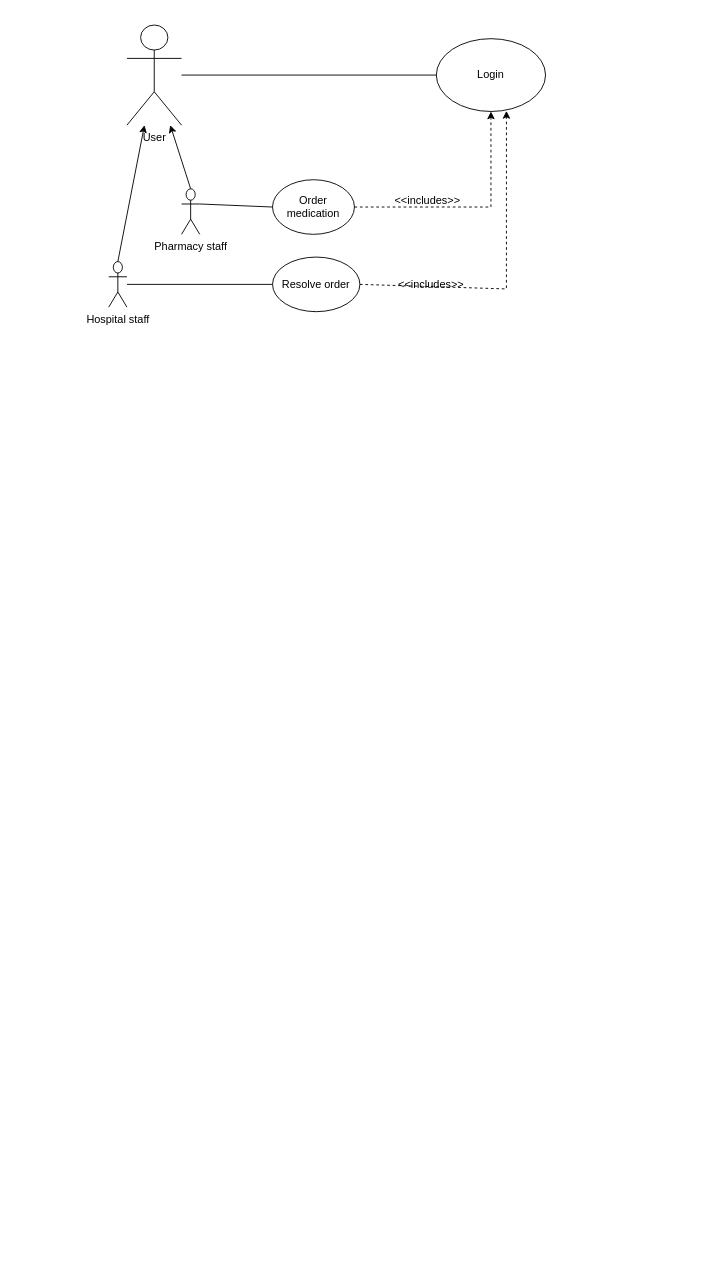
zdrobix/iss keeps this draw.io diagram as page "usecase_diagram" (1 of 2) of usecase_diagram.drawio. Above is the earlier version. Source tidied: cells renumbered, new cells numbered last; positions are measured from the earlier drawing's top-left corner, leaving out a move shared by most shapes. Both pictures are drawn from the tidied source at 91%, with x=0, y=0 at pixel (108, 25).
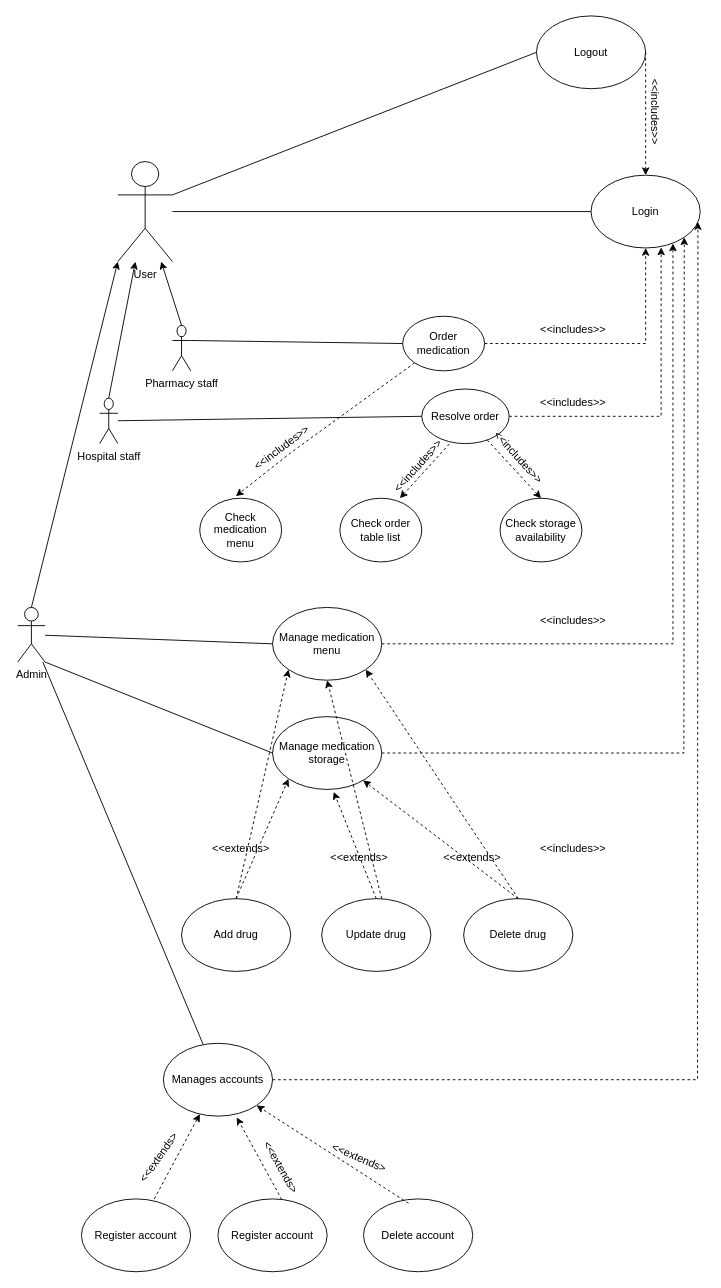
The same page after the edit.

The edit, as a diff of the source:
```diff
@@
     <mxCell id="2" value="User" style="shape=umlActor;verticalLabelPosition=bottom;verticalAlign=top;html=1;outlineConnect=0;" parent="1" vertex="1">
-      <mxGeometry x="20" width="60" height="110" as="geometry" />
+      <mxGeometry x="10" y="150" width="60" height="110" as="geometry" />
     </mxCell>
     <mxCell id="3" value="Pharmacy staff&lt;div&gt;&lt;br&gt;&lt;/div&gt;" style="shape=umlActor;verticalLabelPosition=bottom;verticalAlign=top;html=1;outlineConnect=0;" parent="1" vertex="1">
-      <mxGeometry x="80" y="180" width="20" height="50" as="geometry" />
+      <mxGeometry x="70" y="330" width="20" height="50" as="geometry" />
     </mxCell>
     <mxCell id="4" value="Hospital staff" style="shape=umlActor;verticalLabelPosition=bottom;verticalAlign=top;html=1;outlineConnect=0;" parent="1" vertex="1">
-      <mxGeometry y="260" width="20" height="50" as="geometry" />
+      <mxGeometry x="-10" y="410" width="20" height="50" as="geometry" />
     </mxCell>
@@
     <mxCell id="7" value="Login" style="ellipse;whiteSpace=wrap;html=1;" parent="1" vertex="1">
-      <mxGeometry x="360" y="15" width="120" height="80" as="geometry" />
+      <mxGeometry x="530" y="165" width="120" height="80" as="geometry" />
     </mxCell>
@@
     <mxCell id="9" value="Order medication" style="ellipse;whiteSpace=wrap;html=1;" parent="1" vertex="1">
-      <mxGeometry x="180" y="170" width="90" height="60" as="geometry" />
+      <mxGeometry x="323" y="320" width="90" height="60" as="geometry" />
     </mxCell>
     <mxCell id="10" value="Resolve order" style="ellipse;whiteSpace=wrap;html=1;" parent="1" vertex="1">
-      <mxGeometry x="180" y="255" width="96" height="60" as="geometry" />
+      <mxGeometry x="344" y="400" width="96" height="60" as="geometry" />
     </mxCell>
@@
     <mxCell id="13" style="html=1;labelBackgroundColor=#ffffff;startArrow=none;startFill=0;startSize=6;endArrow=classic;endFill=1;endSize=6;jettySize=auto;strokeWidth=1;dashed=1;fontSize=14;rounded=0;exitX=1;exitY=0.5;exitDx=0;exitDy=0;entryX=0.5;entryY=1;entryDx=0;entryDy=0;" parent="1" edge="1" source="9" target="7">
       <mxGeometry relative="1" as="geometry">
         <Array as="points">
-          <mxPoint x="420" y="200" />
+          <mxPoint x="590" y="350" />
         </Array>
       </mxGeometry>
     </mxCell>
     <mxCell id="14" style="html=1;labelBackgroundColor=#ffffff;startArrow=none;startFill=0;startSize=6;endArrow=classic;endFill=1;endSize=6;jettySize=auto;strokeWidth=1;dashed=1;fontSize=14;rounded=0;exitX=1;exitY=0.5;exitDx=0;exitDy=0;entryX=0.642;entryY=0.992;entryDx=0;entryDy=0;entryPerimeter=0;" parent="1" edge="1" source="10" target="7">
       <mxGeometry relative="1" as="geometry">
         <Array as="points">
-          <mxPoint x="437" y="290" />
+          <mxPoint x="607" y="430" />
         </Array>
       </mxGeometry>
     </mxCell>
     <mxCell id="15" value="&amp;lt;&amp;lt;includes&amp;gt;&amp;gt;" style="text;html=1;align=center;verticalAlign=middle;strokeColor=none;fillColor=none;" parent="1" vertex="1">
-      <mxGeometry x="300" y="178" width="100" height="30" as="geometry" />
+      <mxGeometry x="460" y="320" width="100" height="30" as="geometry" />
     </mxCell>
     <mxCell id="16" value="&amp;lt;&amp;lt;includes&amp;gt;&amp;gt;" style="text;html=1;align=center;verticalAlign=middle;strokeColor=none;fillColor=none;" parent="1" vertex="1">
-      <mxGeometry x="304" y="270" width="100" height="30" as="geometry" />
+      <mxGeometry x="460" y="400" width="100" height="30" as="geometry" />
     </mxCell>
+    <mxCell id="17" value="Check storage&lt;div&gt;availability&lt;/div&gt;" style="ellipse;whiteSpace=wrap;html=1;" parent="1" vertex="1">
+      <mxGeometry x="430" y="520" width="90" height="70" as="geometry" />
+    </mxCell>
+    <mxCell id="18" value="Check order table list" style="ellipse;whiteSpace=wrap;html=1;" parent="1" vertex="1">
+      <mxGeometry x="254" y="520" width="90" height="70" as="geometry" />
+    </mxCell>
+    <mxCell id="19" style="html=1;labelBackgroundColor=#ffffff;startArrow=none;startFill=0;startSize=6;endArrow=classic;endFill=1;endSize=6;jettySize=auto;strokeWidth=1;dashed=1;fontSize=14;rounded=0;exitX=0.316;exitY=1.006;exitDx=0;exitDy=0;entryX=0.733;entryY=0;entryDx=0;entryDy=0;entryPerimeter=0;exitPerimeter=0;" parent="1" edge="1" source="10" target="18">
+      <mxGeometry relative="1" as="geometry" />
+    </mxCell>
+    <mxCell id="20" style="html=1;labelBackgroundColor=#ffffff;startArrow=none;startFill=0;startSize=6;endArrow=classic;endFill=1;endSize=6;jettySize=auto;strokeWidth=1;dashed=1;fontSize=14;rounded=0;entryX=0.5;entryY=0;entryDx=0;entryDy=0;" parent="1" edge="1" source="10" target="17">
+      <mxGeometry relative="1" as="geometry" />
+    </mxCell>
+    <mxCell id="21" value="Check medication menu" style="ellipse;whiteSpace=wrap;html=1;" parent="1" vertex="1">
+      <mxGeometry x="100" y="520" width="90" height="70" as="geometry" />
+    </mxCell>
+    <mxCell id="22" style="html=1;labelBackgroundColor=#ffffff;startArrow=none;startFill=0;startSize=6;endArrow=classic;endFill=1;endSize=6;jettySize=auto;strokeWidth=1;dashed=1;fontSize=14;rounded=0;exitX=0;exitY=1;exitDx=0;exitDy=0;entryX=0.441;entryY=-0.033;entryDx=0;entryDy=0;entryPerimeter=0;" parent="1" edge="1" source="9" target="21">
+      <mxGeometry relative="1" as="geometry">
+        <Array as="points">
+          <mxPoint x="200" y="470" />
+        </Array>
+      </mxGeometry>
+    </mxCell>
+    <mxCell id="23" value="Logout" style="ellipse;whiteSpace=wrap;html=1;" parent="1" vertex="1">
+      <mxGeometry x="470" y="-10" width="120" height="80" as="geometry" />
+    </mxCell>
+    <mxCell id="24" style="endArrow=none;html=1;rounded=0;exitX=1;exitY=0.3333333333333333;exitDx=0;exitDy=0;exitPerimeter=0;entryX=0;entryY=0.5;entryDx=0;entryDy=0;" parent="1" edge="1" source="2" target="23">
+      <mxGeometry relative="1" as="geometry" />
+    </mxCell>
+    <mxCell id="25" style="html=1;labelBackgroundColor=#ffffff;startArrow=none;startFill=0;startSize=6;endArrow=classic;endFill=1;endSize=6;jettySize=auto;strokeWidth=1;dashed=1;fontSize=14;rounded=0;exitX=1;exitY=0.5;exitDx=0;exitDy=0;entryX=0.5;entryY=0;entryDx=0;entryDy=0;" parent="1" edge="1" source="23" target="7">
+      <mxGeometry relative="1" as="geometry" />
+    </mxCell>
+    <mxCell id="26" value="&amp;lt;&amp;lt;includes&amp;gt;&amp;gt;" style="text;html=1;align=center;verticalAlign=middle;strokeColor=none;fillColor=none;rotation=90;" parent="1" vertex="1">
+      <mxGeometry x="550" y="80" width="100" height="30" as="geometry" />
+    </mxCell>
+    <mxCell id="27" value="&amp;lt;&amp;lt;includes&amp;gt;&amp;gt;" style="text;html=1;align=center;verticalAlign=middle;strokeColor=none;fillColor=none;rotation=47.8;" parent="1" vertex="1">
+      <mxGeometry x="400" y="460" width="100" height="30" as="geometry" />
+    </mxCell>
+    <mxCell id="28" value="&amp;lt;&amp;lt;includes&amp;gt;&amp;gt;" style="text;html=1;align=center;verticalAlign=middle;strokeColor=none;fillColor=none;rotation=-48.2;" parent="1" vertex="1">
+      <mxGeometry x="290" y="470" width="100" height="30" as="geometry" />
+    </mxCell>
+    <mxCell id="29" value="&amp;lt;&amp;lt;includes&amp;gt;&amp;gt;" style="text;html=1;align=center;verticalAlign=middle;strokeColor=none;fillColor=none;rotation=-36.9;" parent="1" vertex="1">
+      <mxGeometry x="140" y="450" width="100" height="30" as="geometry" />
+    </mxCell>
+    <mxCell id="30" value="Admin" style="shape=umlActor;verticalLabelPosition=bottom;verticalAlign=top;html=1;outlineConnect=0;" parent="1" vertex="1">
+      <mxGeometry x="-100" y="640" width="30" height="60" as="geometry" />
+    </mxCell>
+    <mxCell id="31" style="endArrow=classic;html=1;rounded=0;exitX=0.5;exitY=0;exitDx=0;exitDy=0;exitPerimeter=0;entryX=0;entryY=1;entryDx=0;entryDy=0;entryPerimeter=0;" parent="1" edge="1" source="30" target="2">
+      <mxGeometry relative="1" as="geometry" />
+    </mxCell>
+    <mxCell id="32" value="Manage medication menu" style="ellipse;whiteSpace=wrap;html=1;" parent="1" vertex="1">
+      <mxGeometry x="180" y="640" width="120" height="80" as="geometry" />
+    </mxCell>
+    <mxCell id="33" value="Manage medication storage" style="ellipse;whiteSpace=wrap;html=1;" parent="1" vertex="1">
+      <mxGeometry x="180" y="760" width="120" height="80" as="geometry" />
+    </mxCell>
+    <mxCell id="34" style="html=1;labelBackgroundColor=#ffffff;startArrow=none;startFill=0;startSize=6;endArrow=classic;endFill=1;endSize=6;jettySize=auto;strokeWidth=1;dashed=1;fontSize=14;rounded=0;exitX=1;exitY=0.5;exitDx=0;exitDy=0;entryX=0.75;entryY=0.938;entryDx=0;entryDy=0;entryPerimeter=0;" parent="1" edge="1" source="32" target="7">
+      <mxGeometry relative="1" as="geometry">
+        <Array as="points">
+          <mxPoint x="620" y="680" />
+        </Array>
+      </mxGeometry>
+    </mxCell>
+    <mxCell id="35" style="html=1;labelBackgroundColor=#ffffff;startArrow=none;startFill=0;startSize=6;endArrow=classic;endFill=1;endSize=6;jettySize=auto;strokeWidth=1;dashed=1;fontSize=14;rounded=0;exitX=1;exitY=0.5;exitDx=0;exitDy=0;entryX=1;entryY=1;entryDx=0;entryDy=0;" parent="1" edge="1" source="33" target="7">
+      <mxGeometry relative="1" as="geometry">
+        <Array as="points">
+          <mxPoint x="632" y="800" />
+        </Array>
+      </mxGeometry>
+    </mxCell>
+    <mxCell id="36" style="endArrow=none;html=1;rounded=0;entryX=0;entryY=0.5;entryDx=0;entryDy=0;" parent="1" edge="1" source="30" target="32">
+      <mxGeometry relative="1" as="geometry" />
+    </mxCell>
+    <mxCell id="37" style="endArrow=none;html=1;rounded=0;exitX=1;exitY=1;exitDx=0;exitDy=0;exitPerimeter=0;entryX=0;entryY=0.5;entryDx=0;entryDy=0;" parent="1" edge="1" source="30" target="33">
+      <mxGeometry relative="1" as="geometry" />
+    </mxCell>
+    <mxCell id="38" value="Add drug" style="ellipse;whiteSpace=wrap;html=1;" parent="1" vertex="1">
+      <mxGeometry x="80" y="960" width="120" height="80" as="geometry" />
+    </mxCell>
+    <mxCell id="39" value="Update drug" style="ellipse;whiteSpace=wrap;html=1;" parent="1" vertex="1">
+      <mxGeometry x="234" y="960" width="120" height="80" as="geometry" />
+    </mxCell>
+    <mxCell id="40" value="Delete drug" style="ellipse;whiteSpace=wrap;html=1;" parent="1" vertex="1">
+      <mxGeometry x="390" y="960" width="120" height="80" as="geometry" />
+    </mxCell>
+    <mxCell id="41" style="html=1;labelBackgroundColor=#ffffff;startArrow=none;startFill=0;startSize=6;endArrow=classic;endFill=1;endSize=6;jettySize=auto;strokeWidth=1;dashed=1;fontSize=14;rounded=0;exitX=0.5;exitY=0;exitDx=0;exitDy=0;entryX=0;entryY=1;entryDx=0;entryDy=0;" parent="1" edge="1" source="38" target="33">
+      <mxGeometry relative="1" as="geometry" />
+    </mxCell>
+    <mxCell id="42" style="html=1;labelBackgroundColor=#ffffff;startArrow=none;startFill=0;startSize=6;endArrow=classic;endFill=1;endSize=6;jettySize=auto;strokeWidth=1;dashed=1;fontSize=14;rounded=0;exitX=0.5;exitY=0;exitDx=0;exitDy=0;entryX=0.56;entryY=1.034;entryDx=0;entryDy=0;entryPerimeter=0;" parent="1" edge="1" source="39" target="33">
+      <mxGeometry relative="1" as="geometry" />
+    </mxCell>
+    <mxCell id="43" style="html=1;labelBackgroundColor=#ffffff;startArrow=none;startFill=0;startSize=6;endArrow=classic;endFill=1;endSize=6;jettySize=auto;strokeWidth=1;dashed=1;fontSize=14;rounded=0;exitX=0.5;exitY=0;exitDx=0;exitDy=0;" parent="1" edge="1" source="40" target="33">
+      <mxGeometry relative="1" as="geometry" />
+    </mxCell>
+    <mxCell id="44" style="html=1;labelBackgroundColor=#ffffff;startArrow=none;startFill=0;startSize=6;endArrow=classic;endFill=1;endSize=6;jettySize=auto;strokeWidth=1;dashed=1;fontSize=14;rounded=0;exitX=0.5;exitY=0;exitDx=0;exitDy=0;entryX=0;entryY=1;entryDx=0;entryDy=0;" parent="1" edge="1" source="38" target="32">
+      <mxGeometry relative="1" as="geometry" />
+    </mxCell>
+    <mxCell id="45" style="html=1;labelBackgroundColor=#ffffff;startArrow=none;startFill=0;startSize=6;endArrow=classic;endFill=1;endSize=6;jettySize=auto;strokeWidth=1;dashed=1;fontSize=14;rounded=0;entryX=0.5;entryY=1;entryDx=0;entryDy=0;" parent="1" edge="1" target="32">
+      <mxGeometry relative="1" as="geometry">
+        <mxPoint x="300" y="960" as="sourcePoint" />
+      </mxGeometry>
+    </mxCell>
+    <mxCell id="46" style="html=1;labelBackgroundColor=#ffffff;startArrow=none;startFill=0;startSize=6;endArrow=classic;endFill=1;endSize=6;jettySize=auto;strokeWidth=1;dashed=1;fontSize=14;rounded=0;entryX=1;entryY=1;entryDx=0;entryDy=0;" parent="1" edge="1" target="32">
+      <mxGeometry relative="1" as="geometry">
+        <mxPoint x="450" y="960" as="sourcePoint" />
+      </mxGeometry>
+    </mxCell>
+    <mxCell id="47" value="&amp;lt;&amp;lt;extends&amp;gt;" style="text;html=1;align=center;verticalAlign=middle;strokeColor=none;fillColor=none;" parent="1" vertex="1">
+      <mxGeometry x="230" y="900" width="90" height="30" as="geometry" />
+    </mxCell>
+    <mxCell id="48" value="&amp;lt;&amp;lt;extends&amp;gt;" style="text;html=1;align=center;verticalAlign=middle;strokeColor=none;fillColor=none;" parent="1" vertex="1">
+      <mxGeometry x="100" y="890" width="90" height="30" as="geometry" />
+    </mxCell>
+    <mxCell id="49" value="&amp;lt;&amp;lt;extends&amp;gt;" style="text;html=1;align=center;verticalAlign=middle;strokeColor=none;fillColor=none;" parent="1" vertex="1">
+      <mxGeometry x="354" y="900" width="90" height="30" as="geometry" />
+    </mxCell>
+    <mxCell id="50" value="Manages accounts" style="ellipse;whiteSpace=wrap;html=1;" parent="1" vertex="1">
+      <mxGeometry x="60" y="1119" width="120" height="80" as="geometry" />
+    </mxCell>
+    <mxCell id="51" style="endArrow=none;html=1;rounded=0;" parent="1" edge="1" source="30" target="50">
+      <mxGeometry relative="1" as="geometry" />
+    </mxCell>
+    <mxCell id="52" value="Register account" style="ellipse;whiteSpace=wrap;html=1;" parent="1" vertex="1">
+      <mxGeometry x="120" y="1290" width="120" height="80" as="geometry" />
+    </mxCell>
+    <mxCell id="53" value="Delete account" style="ellipse;whiteSpace=wrap;html=1;" parent="1" vertex="1">
+      <mxGeometry x="280" y="1290" width="120" height="80" as="geometry" />
+    </mxCell>
+    <mxCell id="54" style="html=1;labelBackgroundColor=#ffffff;startArrow=none;startFill=0;startSize=6;endArrow=classic;endFill=1;endSize=6;jettySize=auto;strokeWidth=1;dashed=1;fontSize=14;rounded=0;exitX=0.585;exitY=0.01;exitDx=0;exitDy=0;exitPerimeter=0;entryX=0.672;entryY=1.018;entryDx=0;entryDy=0;entryPerimeter=0;" parent="1" edge="1" source="52" target="50">
+      <mxGeometry relative="1" as="geometry" />
+    </mxCell>
+    <mxCell id="55" style="html=1;labelBackgroundColor=#ffffff;startArrow=none;startFill=0;startSize=6;endArrow=classic;endFill=1;endSize=6;jettySize=auto;strokeWidth=1;dashed=1;fontSize=14;rounded=0;exitX=0.412;exitY=0.06;exitDx=0;exitDy=0;exitPerimeter=0;entryX=1;entryY=1;entryDx=0;entryDy=0;" parent="1" edge="1" source="53" target="50">
+      <mxGeometry relative="1" as="geometry" />
+    </mxCell>
+    <mxCell id="56" value="&amp;lt;&amp;lt;extends&amp;gt;" style="text;html=1;align=center;verticalAlign=middle;strokeColor=none;fillColor=none;rotation=-55;" parent="1" vertex="1">
+      <mxGeometry x="10" y="1230" width="90" height="30" as="geometry" />
+    </mxCell>
+    <mxCell id="57" value="&amp;lt;&amp;lt;extends&amp;gt;" style="text;html=1;align=center;verticalAlign=middle;strokeColor=none;fillColor=none;rotation=60;" parent="1" vertex="1">
+      <mxGeometry x="144" y="1240" width="90" height="30" as="geometry" />
+    </mxCell>
+    <mxCell id="58" value="Register account" style="ellipse;whiteSpace=wrap;html=1;" parent="1" vertex="1">
+      <mxGeometry x="-30" y="1290" width="120" height="80" as="geometry" />
+    </mxCell>
+    <mxCell id="59" value="&amp;lt;&amp;lt;extends&amp;gt;" style="text;html=1;align=center;verticalAlign=middle;strokeColor=none;fillColor=none;rotation=23;" parent="1" vertex="1">
+      <mxGeometry x="230" y="1230" width="90" height="30" as="geometry" />
+    </mxCell>
+    <mxCell id="60" style="html=1;labelBackgroundColor=#ffffff;startArrow=none;startFill=0;startSize=6;endArrow=classic;endFill=1;endSize=6;jettySize=auto;strokeWidth=1;dashed=1;fontSize=14;rounded=0;exitX=0.667;exitY=0;exitDx=0;exitDy=0;exitPerimeter=0;" parent="1" edge="1" source="58" target="50">
+      <mxGeometry relative="1" as="geometry" />
+    </mxCell>
+    <mxCell id="61" style="html=1;labelBackgroundColor=#ffffff;startArrow=none;startFill=0;startSize=6;endArrow=classic;endFill=1;endSize=6;jettySize=auto;strokeWidth=1;dashed=1;fontSize=14;rounded=0;exitX=1;exitY=0.5;exitDx=0;exitDy=0;entryX=0.979;entryY=0.644;entryDx=0;entryDy=0;entryPerimeter=0;" parent="1" edge="1" source="50" target="7">
+      <mxGeometry relative="1" as="geometry">
+        <Array as="points">
+          <mxPoint x="647" y="1159" />
+        </Array>
+      </mxGeometry>
+    </mxCell>
+    <mxCell id="62" value="&amp;lt;&amp;lt;includes&amp;gt;&amp;gt;" style="text;html=1;align=center;verticalAlign=middle;strokeColor=none;fillColor=none;" parent="1" vertex="1">
+      <mxGeometry x="460" y="890" width="100" height="30" as="geometry" />
+    </mxCell>
+    <mxCell id="63" value="&amp;lt;&amp;lt;includes&amp;gt;&amp;gt;" style="text;html=1;align=center;verticalAlign=middle;strokeColor=none;fillColor=none;" parent="1" vertex="1">
+      <mxGeometry x="460" y="640" width="100" height="30" as="geometry" />
+    </mxCell>
```
